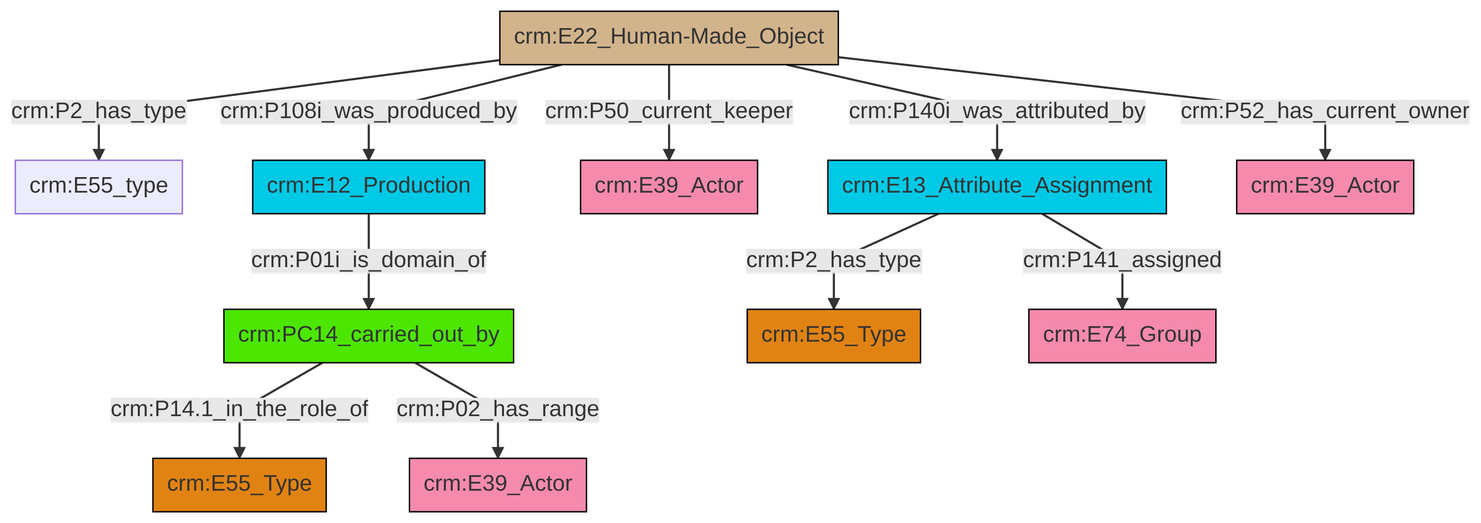
Above: et/artworkCSV/ttl/mmd/png/Artwork_Actor_Relations.png in swiss-art-research-net/reference-data-models (Mermaid), before the change. Its source is kept beside it as et/artworkCSV/ttl/mmd/Artwork_Actor_Relations.ttl.mmd.
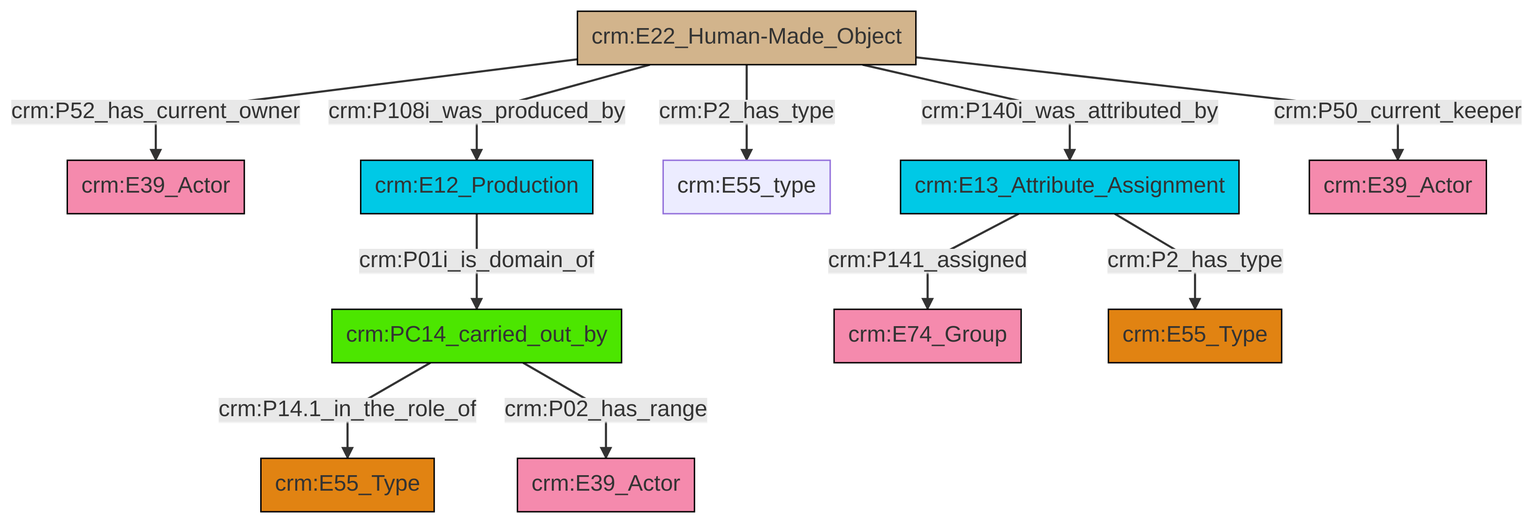
After the commit.

Diff of the diagram source:
```diff
@@ -13,13 +13,13 @@
 classDef PC_Classes fill:#4ce600, stroke:#000000;
 classDef Multi fill:#cccccc,stroke:#000000;
 
-0["crm:E22_Human-Made_Object"]:::Physical_Thing -->|crm:P2_has_type| 1["crm:E55_type"]:::Default
-0["crm:E22_Human-Made_Object"]:::Physical_Thing -->|crm:P108i_was_produced_by| 2["crm:E12_Production"]:::Temporal_Entity
-2["crm:E12_Production"]:::Temporal_Entity -->|crm:P01i_is_domain_of| 4["crm:PC14_carried_out_by"]:::PC_Classes
-4["crm:PC14_carried_out_by"]:::PC_Classes -->|crm:P14.1_in_the_role_of| 6["crm:E55_Type"]:::Type
-4["crm:PC14_carried_out_by"]:::PC_Classes -->|crm:P02_has_range| 8["crm:E39_Actor"]:::Actor
-0["crm:E22_Human-Made_Object"]:::Physical_Thing -->|crm:P140i_was_attributed_by| 14["crm:E13_Attribute_Assignment"]:::Temporal_Entity
-14["crm:E13_Attribute_Assignment"]:::Temporal_Entity -->|crm:P141_assigned| 15["crm:E74_Group"]:::Actor
+0["crm:PC14_carried_out_by"]:::PC_Classes -->|crm:P14.1_in_the_role_of| 1["crm:E55_Type"]:::Type
+0["crm:PC14_carried_out_by"]:::PC_Classes -->|crm:P02_has_range| 4["crm:E39_Actor"]:::Actor
+8["crm:E12_Production"]:::Temporal_Entity -->|crm:P01i_is_domain_of| 0["crm:PC14_carried_out_by"]:::PC_Classes
+12["crm:E22_Human-Made_Object"]:::Physical_Thing -->|crm:P2_has_type| 13["crm:E55_type"]:::Default
+14["crm:E13_Attribute_Assignment"]:::Temporal_Entity -->|crm:P141_assigned| 2["crm:E74_Group"]:::Actor
 14["crm:E13_Attribute_Assignment"]:::Temporal_Entity -->|crm:P2_has_type| 9["crm:E55_Type"]:::Type
-0["crm:E22_Human-Made_Object"]:::Physical_Thing -->|crm:P52_has_current_owner| 17["crm:E39_Actor"]:::Actor
-0["crm:E22_Human-Made_Object"]:::Physical_Thing -->|crm:P50_current_keeper| 11["crm:E39_Actor"]:::Actor
+12["crm:E22_Human-Made_Object"]:::Physical_Thing -->|crm:P50_current_keeper| 15["crm:E39_Actor"]:::Actor
+12["crm:E22_Human-Made_Object"]:::Physical_Thing -->|crm:P140i_was_attributed_by| 14["crm:E13_Attribute_Assignment"]:::Temporal_Entity
+12["crm:E22_Human-Made_Object"]:::Physical_Thing -->|crm:P108i_was_produced_by| 8["crm:E12_Production"]:::Temporal_Entity
+12["crm:E22_Human-Made_Object"]:::Physical_Thing -->|crm:P52_has_current_owner| 6["crm:E39_Actor"]:::Actor
```
